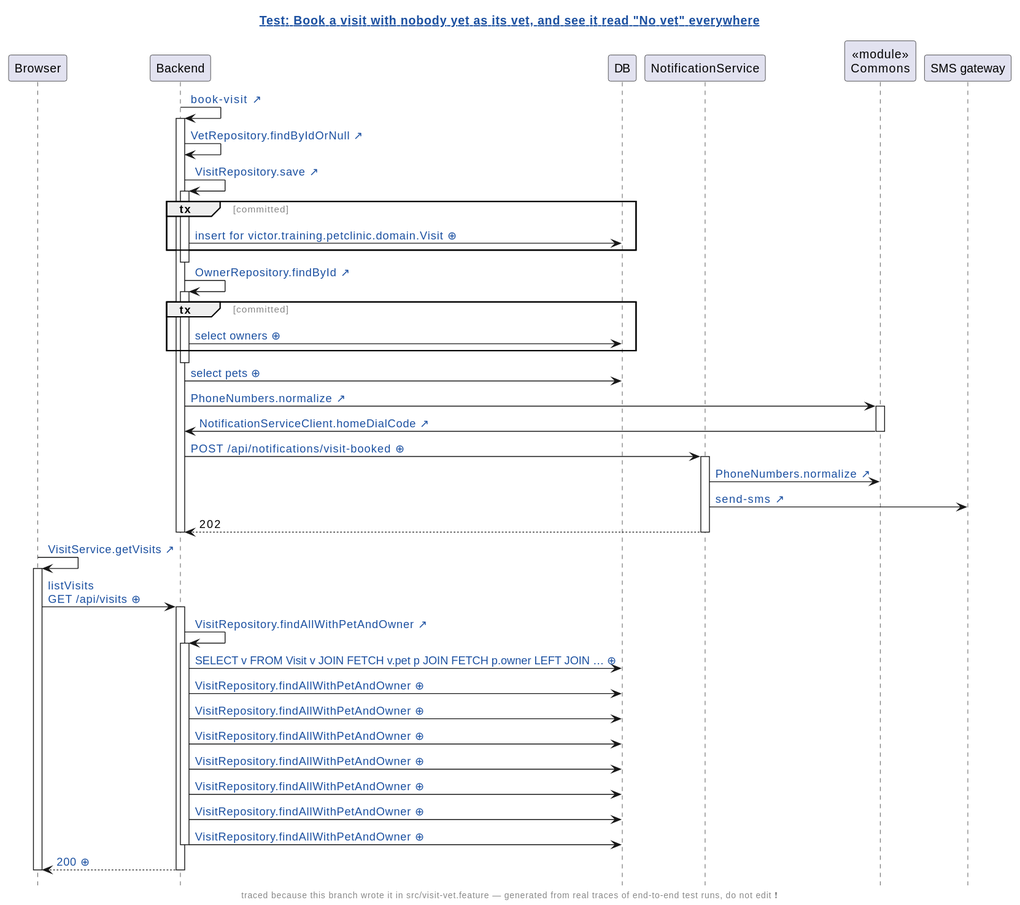
This is demo/demo/assets/diagrams/petclinic-test_generated_visit-vet.feature.book-a-visit-with-nobody-yet-as-its-vet-and-see-it-read-no-vet-everywhere.genseq.diff.svg from victorrentea/human-review, a PlantUML export, as it was before one commit.
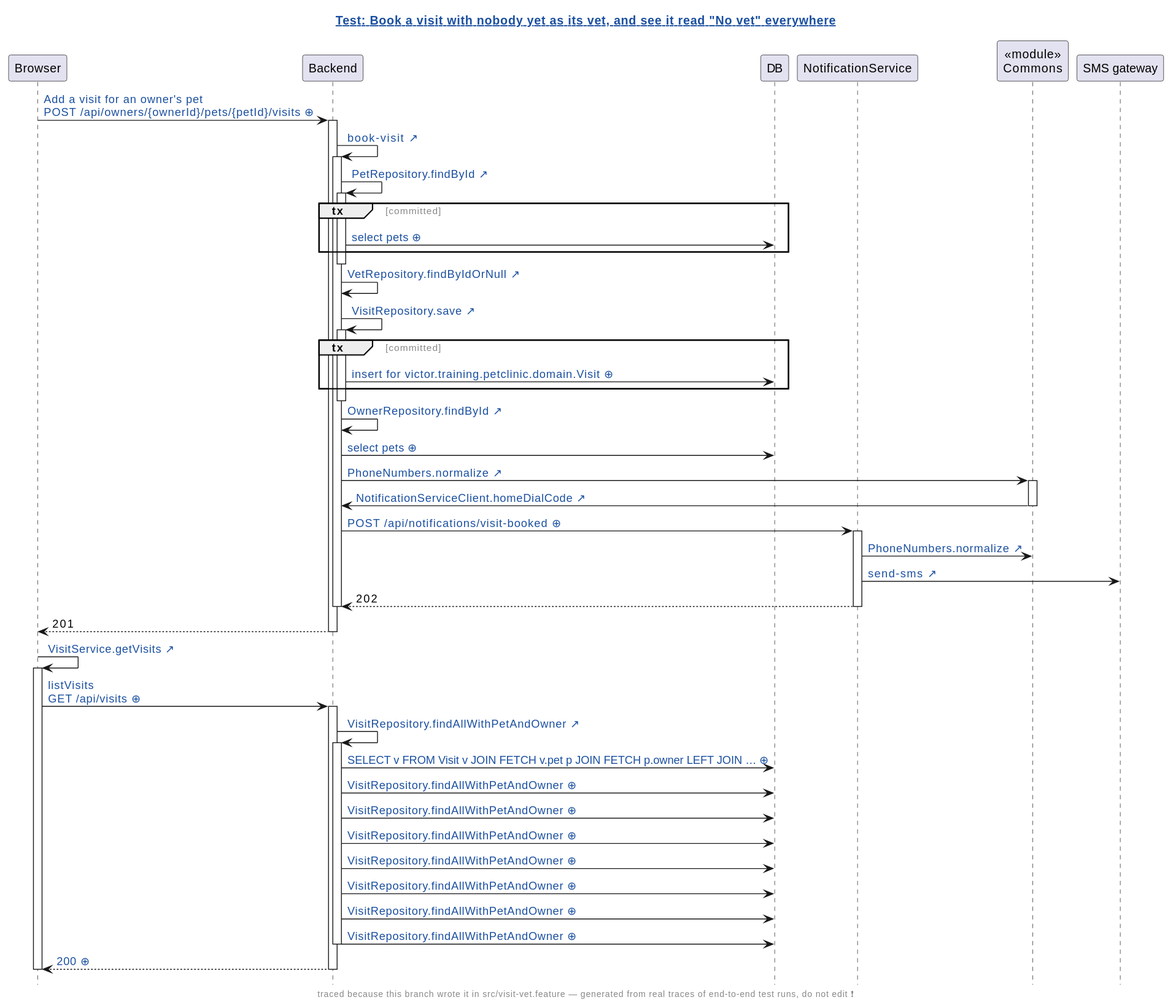
Above is the later version.

Diff of the diagram source:
```diff
@@ -12,21 +12,24 @@
 participant NotificationService
 participant "«module»\nCommons" as Commons
 participant "SMS gateway"
+Browser -> Backend: [[genseq://0jegc7z{Click for the request as it was sent} Add a visit for an owner's pet\nPOST /api/owners/{ownerId}/pets/{petId}/visits ⊕]]
+activate Backend
 Backend -> Backend: [[src://petclinic-backend/src/main/java/victor/training/petclinic/rest/OwnerRestController.java:193{Click to open OwnerRestController.bookVisit} book-visit ↗]]
 activate Backend
+Backend -> Backend: [[src://petclinic-backend/src/main/java/victor/training/petclinic/repository/PetRepository.java:16{Click to open PetRepository.findById} PetRepository.findById ↗]]
+activate Backend
+group tx [committed]
+Backend -> DB: [[genseq://0y7w2ps{Click for the statement behind this call} select pets ⊕]]
+end
+deactivate Backend
 Backend -> Backend: [[src://petclinic-backend/src/main/java/victor/training/petclinic/repository/VetRepository.java:19{Click to open VetRepository.findByIdOrNull} VetRepository.findByIdOrNull ↗]]
 Backend -> Backend: [[src://petclinic-backend/src/main/java/victor/training/petclinic/repository/VisitRepository.java:14{Click to open VisitRepository.save} VisitRepository.save ↗]]
 activate Backend
 group tx [committed]
-Backend -> DB: [[genseq://1ck57bi{Click for the statement behind this call} insert for victor.training.petclinic.domain.Visit ⊕]]
+Backend -> DB: [[genseq://0pxl60h{Click for the statement behind this call} insert for victor.training.petclinic.domain.Visit ⊕]]
 end
 deactivate Backend
 Backend -> Backend: [[src://petclinic-backend/src/main/java/victor/training/petclinic/repository/OwnerRepository.java:14{Click to open OwnerRepository.findById} OwnerRepository.findById ↗]]
-activate Backend
-group tx [committed]
-Backend -> DB: [[genseq://0x8aana{Click for the statement behind this call} select owners ⊕]]
-end
-deactivate Backend
 Backend -> DB: [[genseq://18567ho{Click for the statement behind this call} select pets ⊕]]
 Backend -> Commons: [[src://petclinic-commons/src/main/java/victor/training/commons/PhoneNumbers.java:14{Click to open PhoneNumbers.normalize} PhoneNumbers.normalize ↗]]
 activate Commons
@@ -39,22 +42,24 @@
 NotificationService --> Backend: 202
 deactivate NotificationService
 deactivate Backend
+Backend --> Browser: 201
+deactivate Backend
 Browser -> Browser: [[src://petclinic-frontend/src/app/visits/visits-page/visits-page.component.ts:21{Click to open the line that sent this request: visits-page.component.ts:21} VisitService.getVisits ↗]]
 activate Browser
-Browser -> Backend: [[genseq://1myr631{Click for the request as it was sent} listVisits\nGET /api/visits ⊕]]
+Browser -> Backend: [[genseq://14r2h25{Click for the request as it was sent} listVisits\nGET /api/visits ⊕]]
 activate Backend
 Backend -> Backend: [[src://petclinic-backend/src/main/java/victor/training/petclinic/repository/VisitRepository.java:19{Click to open VisitRepository.findAllWithPetAndOwner} VisitRepository.findAllWithPetAndOwner ↗]]
 activate Backend
-Backend -> DB: [[genseq://1706k1o{Click for the statement behind this call} SELECT v FROM Visit v JOIN FETCH v.pet p JOIN FETCH p.owner LEFT JOIN … ⊕]]
+Backend -> DB: [[genseq://17if9wv{Click for the statement behind this call} SELECT v FROM Visit v JOIN FETCH v.pet p JOIN FETCH p.owner LEFT JOIN … ⊕]]
+Backend -> DB: [[genseq://0xm9qzg{Click for the statement behind this call} VisitRepository.findAllWithPetAndOwner ⊕]]
+Backend -> DB: [[genseq://0g8ptx2{Click for the statement behind this call} VisitRepository.findAllWithPetAndOwner ⊕]]
+Backend -> DB: [[genseq://070fg5f{Click for the statement behind this call} VisitRepository.findAllWithPetAndOwner ⊕]]
 Backend -> DB: [[genseq://0cvbten{Click for the statement behind this call} VisitRepository.findAllWithPetAndOwner ⊕]]
-Backend -> DB: [[genseq://0xm9qzg{Click for the statement behind this call} VisitRepository.findAllWithPetAndOwner ⊕]]
-Backend -> DB: [[genseq://070fg5f{Click for the statement behind this call} VisitRepository.findAllWithPetAndOwner ⊕]]
+Backend -> DB: [[genseq://0i1m34t{Click for the statement behind this call} VisitRepository.findAllWithPetAndOwner ⊕]]
 Backend -> DB: [[genseq://1heb9yw{Click for the statement behind this call} VisitRepository.findAllWithPetAndOwner ⊕]]
-Backend -> DB: [[genseq://0g8ptx2{Click for the statement behind this call} VisitRepository.findAllWithPetAndOwner ⊕]]
-Backend -> DB: [[genseq://0i1m34t{Click for the statement behind this call} VisitRepository.findAllWithPetAndOwner ⊕]]
 Backend -> DB: [[genseq://094wceq{Click for the statement behind this call} VisitRepository.findAllWithPetAndOwner ⊕]]
 deactivate Backend
-Backend --> Browser: [[genseq://0p8wewa{Click for this call’s JSON body} 200 ⊕]]
+Backend --> Browser: [[genseq://04zd8u3{Click for this call’s JSON body} 200 ⊕]]
 deactivate Backend
 deactivate Browser
 @enduml
```
